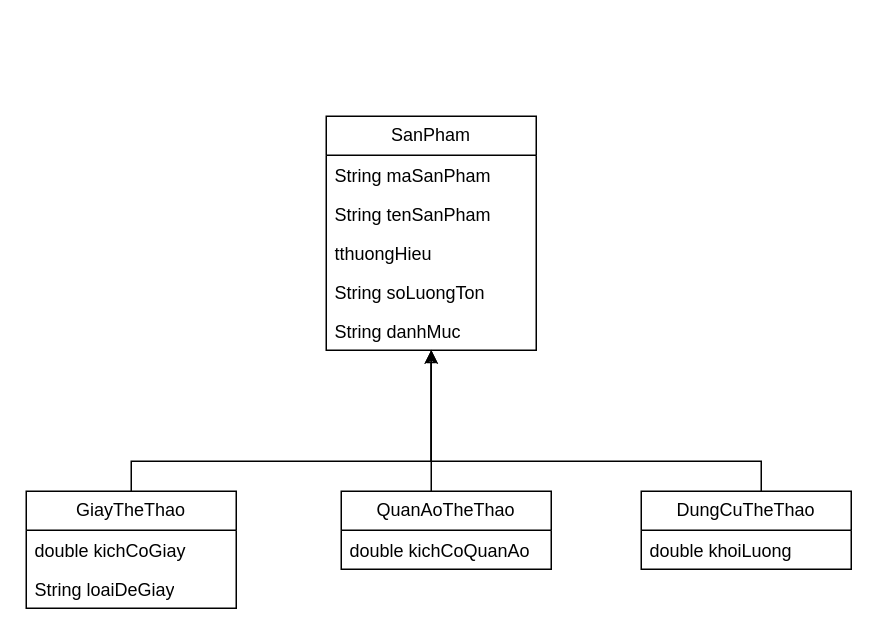
The draw.io diagram page "inheritance-polymorphism" (2 of 2) of DoAn/artifacts/class-diagram.drawio in Mut2407/oop-26, before the edit. Source tidied: cells renumbered, new cells numbered last; positions are measured from the earlier drawing's top-left corner, leaving out a move shared by most shapes. Both pictures are drawn from the tidied source at 150%, with x=0, y=0 at pixel (26, 116).
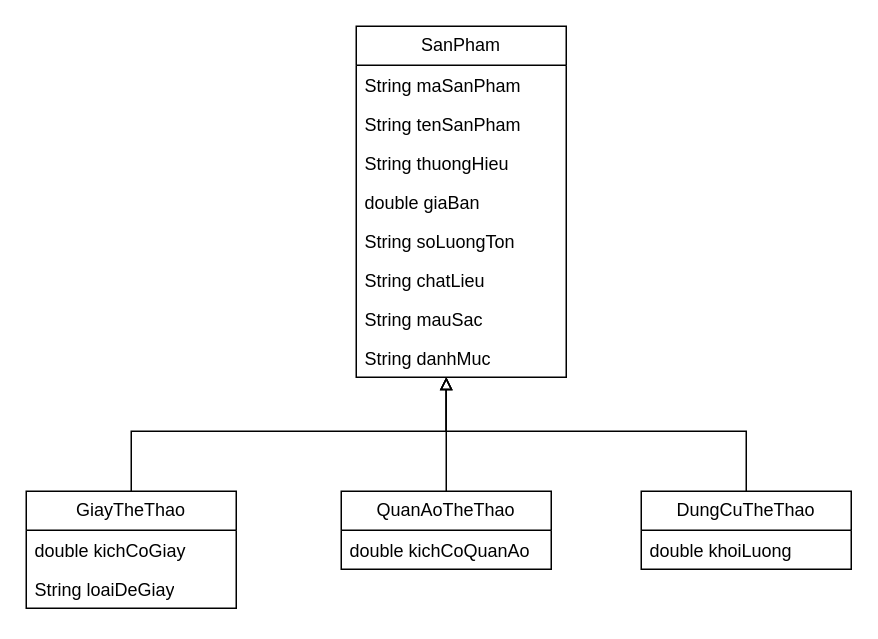
The same diagram, later.

Commit message:
update inheritance polymorphism for class core

Unchanged cells that the change refers to:
```xml
<mxCell id="9" value="GiayTheThao" style="swimlane;fontStyle=0;horizontal=1;startSize=26;fillColor=none;whiteSpace=wrap;html=1;" parent="1" vertex="1">
  <mxGeometry y="250" width="140" height="78" as="geometry" />
</mxCell>
<mxCell id="13" value="QuanAoTheThao" style="swimlane;fontStyle=0;horizontal=1;startSize=26;fillColor=none;whiteSpace=wrap;html=1;" parent="1" vertex="1">
  <mxGeometry x="210" y="250" width="140" height="52" as="geometry" />
</mxCell>
<mxCell id="16" value="DungCuTheThao" style="swimlane;fontStyle=0;horizontal=1;startSize=26;fillColor=none;whiteSpace=wrap;html=1;" parent="1" vertex="1">
  <mxGeometry x="410" y="250" width="140" height="52" as="geometry" />
</mxCell>
```

The edit, as a diff of the source:
```diff
@@
     <mxCell id="2" value="SanPham" style="swimlane;fontStyle=0;horizontal=1;startSize=26;fillColor=none;whiteSpace=wrap;html=1;" parent="1" vertex="1">
-      <mxGeometry x="200" width="140" height="156" as="geometry" />
+      <mxGeometry x="220" y="-60" width="140" height="234" as="geometry" />
     </mxCell>
@@
-    <mxCell id="5" value="tthuongHieu" style="text;strokeColor=none;fillColor=none;align=left;verticalAlign=top;spacingLeft=4;spacingRight=4;overflow=hidden;whiteSpace=wrap;html=1;" parent="2" vertex="1">
+    <mxCell id="5" value="String thuongHieu" style="text;strokeColor=none;fillColor=none;align=left;verticalAlign=top;spacingLeft=4;spacingRight=4;overflow=hidden;whiteSpace=wrap;html=1;" parent="2" vertex="1">
       <mxGeometry y="78" width="140" height="26" as="geometry" />
     </mxCell>
+    <mxCell id="18" value="double giaBan" style="text;strokeColor=none;fillColor=none;align=left;verticalAlign=top;spacingLeft=4;spacingRight=4;overflow=hidden;whiteSpace=wrap;html=1;" parent="2" vertex="1">
+      <mxGeometry y="104" width="140" height="26" as="geometry" />
+    </mxCell>
     <mxCell id="6" value="String soLuongTon" style="text;strokeColor=none;fillColor=none;align=left;verticalAlign=top;spacingLeft=4;spacingRight=4;overflow=hidden;whiteSpace=wrap;html=1;" parent="2" vertex="1">
-      <mxGeometry y="104" width="140" height="26" as="geometry" />
+      <mxGeometry y="130" width="140" height="26" as="geometry" />
     </mxCell>
+    <mxCell id="19" value="String chatLieu" style="text;strokeColor=none;fillColor=none;align=left;verticalAlign=top;spacingLeft=4;spacingRight=4;overflow=hidden;whiteSpace=wrap;html=1;" parent="2" vertex="1">
+      <mxGeometry y="156" width="140" height="26" as="geometry" />
+    </mxCell>
+    <mxCell id="20" value="String mauSac" style="text;strokeColor=none;fillColor=none;align=left;verticalAlign=top;spacingLeft=4;spacingRight=4;overflow=hidden;whiteSpace=wrap;html=1;" parent="2" vertex="1">
+      <mxGeometry y="182" width="140" height="26" as="geometry" />
+    </mxCell>
     <mxCell id="7" value="String danhMuc" style="text;strokeColor=none;fillColor=none;align=left;verticalAlign=top;spacingLeft=4;spacingRight=4;overflow=hidden;whiteSpace=wrap;html=1;" parent="2" vertex="1">
-      <mxGeometry y="130" width="140" height="26" as="geometry" />
+      <mxGeometry y="208" width="140" height="26" as="geometry" />
     </mxCell>
-    <mxCell id="8" style="edgeStyle=orthogonalEdgeStyle;rounded=0;jettySize=auto;html=1;" parent="1" edge="1" source="9" target="2">
+    <mxCell id="8" style="edgeStyle=orthogonalEdgeStyle;rounded=0;jettySize=auto;html=1;endArrow=block;endFill=0;" parent="1" edge="1" source="9" target="2">
       <mxGeometry relative="1" as="geometry">
         <Array as="points">
-          <mxPoint x="70" y="230" />
-          <mxPoint x="270" y="230" />
+          <mxPoint x="70" y="210" />
+          <mxPoint x="280" y="210" />
         </Array>
       </mxGeometry>
     </mxCell>
@@
-    <mxCell id="12" style="edgeStyle=orthogonalEdgeStyle;rounded=0;jettySize=auto;html=1;" parent="1" edge="1" source="13" target="2">
+    <mxCell id="12" style="edgeStyle=orthogonalEdgeStyle;rounded=0;jettySize=auto;html=1;endArrow=block;endFill=0;" parent="1" edge="1" source="13" target="2">
       <mxGeometry relative="1" as="geometry">
         <Array as="points">
-          <mxPoint x="270" y="230" />
-          <mxPoint x="270" y="230" />
+          <mxPoint x="280" y="210" />
+          <mxPoint x="280" y="210" />
         </Array>
       </mxGeometry>
     </mxCell>
@@
-    <mxCell id="15" style="edgeStyle=orthogonalEdgeStyle;rounded=0;jettySize=auto;html=1;endArrow=blockThin;endFill=0;" parent="1" edge="1" source="16" target="2">
+    <mxCell id="15" style="edgeStyle=orthogonalEdgeStyle;rounded=0;jettySize=auto;html=1;endArrow=block;endFill=0;" parent="1" edge="1" source="16" target="2">
       <mxGeometry relative="1" as="geometry">
         <Array as="points">
-          <mxPoint x="490" y="230" />
-          <mxPoint x="270" y="230" />
+          <mxPoint x="480" y="210" />
+          <mxPoint x="280" y="210" />
         </Array>
       </mxGeometry>
     </mxCell>
```
